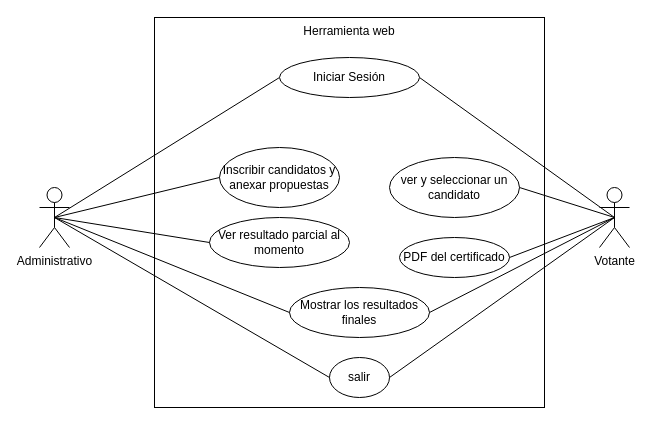
Andres-Nicolas/Diagramas keeps this draw.io diagram as Casa de uso MS.drawio. Above is the earlier version. Source tidied: cells renumbered, new cells numbered last; positions are measured from the earlier drawing's top-left corner, leaving out a move shared by most shapes. Both pictures are drawn from the tidied source at 100%, with x=0, y=0 at pixel (39, 17).
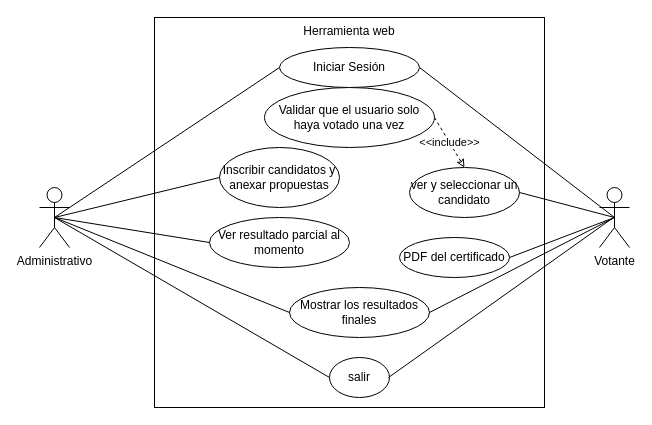
After the change.

Unchanged cells that the change refers to:
```xml
<mxCell id="5" value="Votante" style="shape=umlActor;verticalLabelPosition=bottom;verticalAlign=top;html=1;outlineConnect=0;" parent="1" vertex="1">
  <mxGeometry x="560" y="170" width="30" height="60" as="geometry" />
</mxCell>
<mxCell id="19" value="salir" style="ellipse;whiteSpace=wrap;html=1;" parent="1" vertex="1">
  <mxGeometry x="290" y="340" width="60" height="40" as="geometry" />
</mxCell>
```

What changed in the source:
```diff
@@
     <mxCell id="7" value="Iniciar Sesión" style="ellipse;whiteSpace=wrap;html=1;" parent="1" vertex="1">
-      <mxGeometry x="240" y="40" width="140" height="40" as="geometry" />
+      <mxGeometry x="240" y="30" width="140" height="40" as="geometry" />
     </mxCell>
@@
     <mxCell id="13" value="ver y seleccionar un candidato" style="ellipse;whiteSpace=wrap;html=1;" parent="1" vertex="1">
-      <mxGeometry x="350" y="140" width="130" height="60" as="geometry" />
+      <mxGeometry x="370" y="150" width="110" height="50" as="geometry" />
     </mxCell>
@@
-    <mxCell id="20" style="rounded=0;jettySize=auto;html=1;entryX=1;entryY=0.5;entryDx=0;entryDy=0;endArrow=none;endFill=0;exitX=0.5;exitY=0.5;exitDx=0;exitDy=0;exitPerimeter=0;" parent="1" edge="1" source="5" target="19">
-      <mxGeometry relative="1" as="geometry" />
+    <mxCell id="20" style="rounded=0;orthogonalLoop=1;jettySize=auto;html=1;entryX=1;entryY=0.5;entryDx=0;entryDy=0;endArrow=none;endFill=0;exitX=0.5;exitY=0.5;exitDx=0;exitDy=0;exitPerimeter=0;" parent="1" edge="1">
+      <mxGeometry relative="1" as="geometry">
+        <mxPoint x="574" y="200" as="sourcePoint" />
+        <mxPoint x="349" y="360" as="targetPoint" />
+      </mxGeometry>
     </mxCell>
@@
+    <mxCell id="22" value="Validar que el usuario solo haya votado una vez" style="ellipse;whiteSpace=wrap;html=1;" parent="1" vertex="1">
+      <mxGeometry x="225" y="70" width="170" height="60" as="geometry" />
+    </mxCell>
+    <mxCell id="23" value="&amp;lt;&amp;lt;include&amp;gt;&amp;gt;" style="endArrow=classic;dashed=1;html=1;rounded=0;exitX=1;exitY=0.5;exitDx=0;exitDy=0;entryX=0.5;entryY=0;entryDx=0;entryDy=0;endFill=0;" parent="1" edge="1" source="22" target="13">
+      <mxGeometry relative="1" as="geometry" />
+    </mxCell>
```
